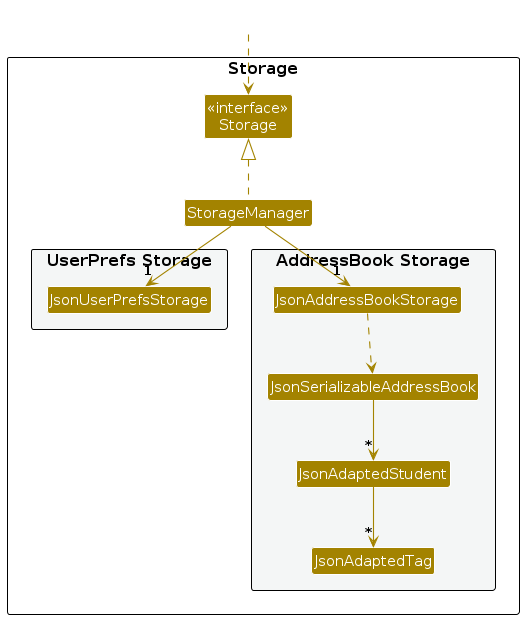
This is diagrams/StorageClassDiagram.png from AY2627S1-CS2103T-F14a-1/tp, a PlantUML export, as it was before one commit. Its source is kept beside it as diagrams/StorageClassDiagram.puml.
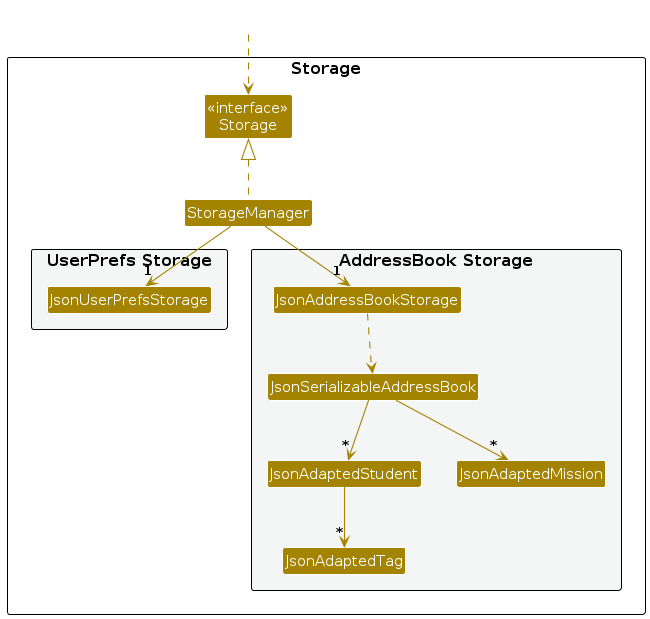
Later version of the same file.

Diff of the diagram source:
```diff
@@ -17,6 +17,7 @@
 Class JsonAddressBookStorage
 Class JsonSerializableAddressBook
 Class JsonAdaptedStudent
+Class JsonAdaptedMission
 Class JsonAdaptedTag
 }
 
@@ -31,6 +32,7 @@
 
 JsonAddressBookStorage ..> JsonSerializableAddressBook
 JsonSerializableAddressBook --> "*" JsonAdaptedStudent
+JsonSerializableAddressBook --> "*" JsonAdaptedMission
 JsonAdaptedStudent --> "*" JsonAdaptedTag
 
 @enduml
```
